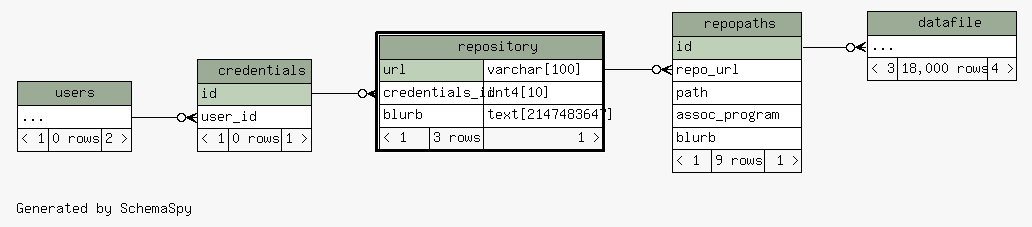
tgbugs/mlab keeps this Graphviz diagram as database/ss/diagrams/repository.2degrees.png. Above is the earlier version. Its source is kept beside it as database/ss/diagrams/repository.2degrees.dot.
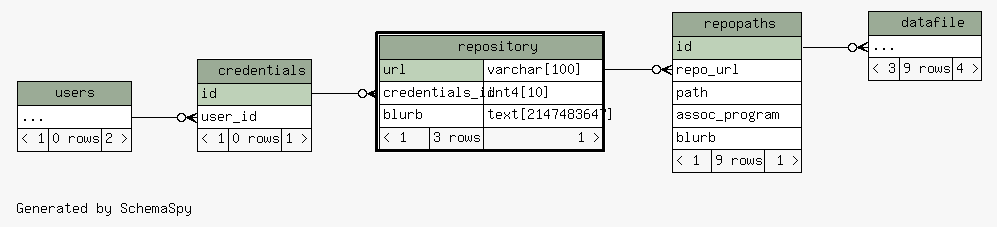
After the change.

Change to the diagram source:
```diff
@@ -37,7 +37,7 @@
     <TABLE BORDER="0" CELLBORDER="1" CELLSPACING="0" BGCOLOR="#ffffff">
       <TR><TD COLSPAN="3" BGCOLOR="#9bab96" ALIGN="CENTER">datafile</TD></TR>
       <TR><TD PORT="elipses" COLSPAN="3" ALIGN="LEFT">...</TD></TR>
-      <TR><TD ALIGN="LEFT" BGCOLOR="#f7f7f7">&lt; 3</TD><TD ALIGN="RIGHT" BGCOLOR="#f7f7f7">18,000 rows</TD><TD ALIGN="RIGHT" BGCOLOR="#f7f7f7">4 &gt;</TD></TR>
+      <TR><TD ALIGN="LEFT" BGCOLOR="#f7f7f7">&lt; 3</TD><TD ALIGN="RIGHT" BGCOLOR="#f7f7f7">9 rows</TD><TD ALIGN="RIGHT" BGCOLOR="#f7f7f7">4 &gt;</TD></TR>
     </TABLE>>
     URL="datafile.html"
     tooltip="datafile"
```
